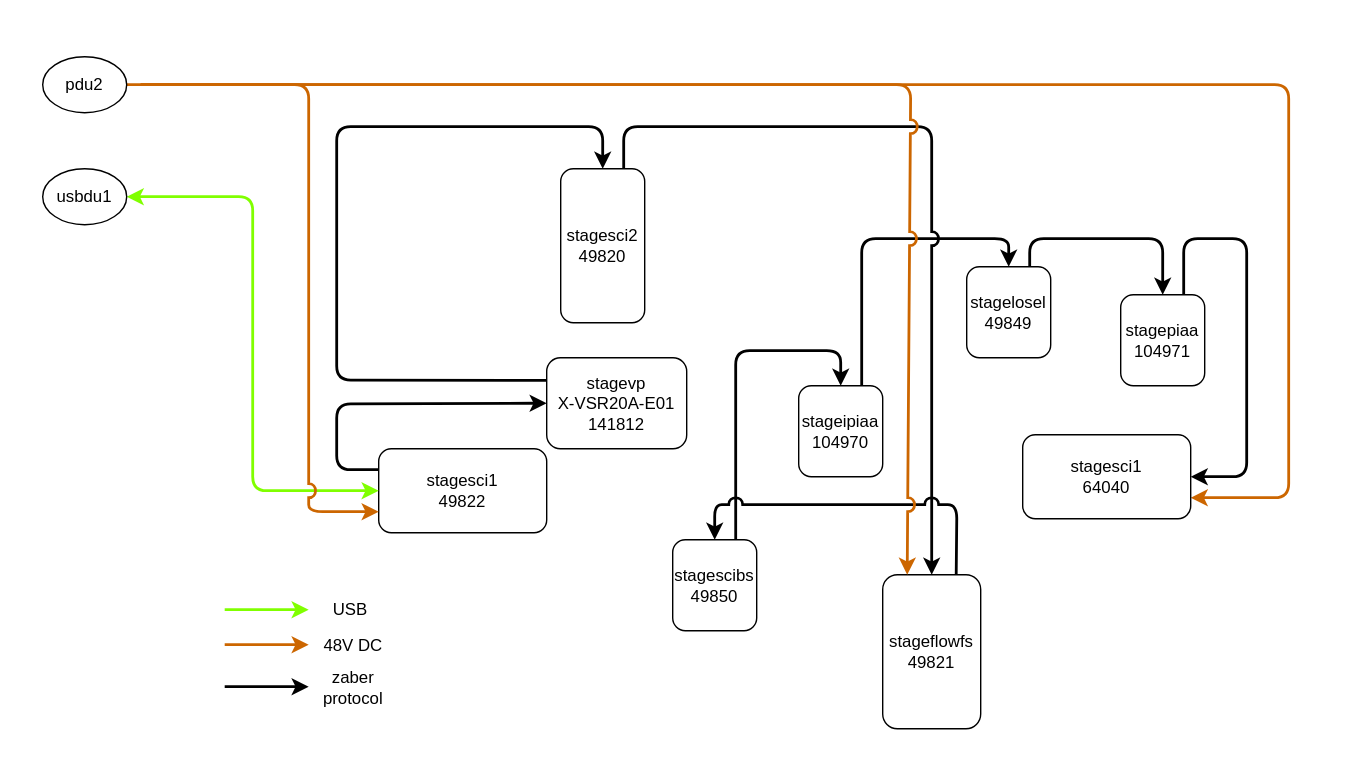
Above: maintenance/electronics/figures/zaber_connections.svg in magao-x/handbook (draw.io), before the change. Source tidied: cells renumbered, new cells last; positions are measured from the earlier drawing's top-left corner, leaving out a move shared by most shapes. Source of this version:
```xml
<mxGraphModel background="light-dark(#FFFFFF,#FFFFFF)">
  <root>
    <mxCell id="0" />
    <mxCell id="1" parent="0" />
    <mxCell id="2" style="rounded=0;whiteSpace=wrap;html=1;strokeColor=none;fillColor=light-dark(#FFFFFF,#FFFFFF);" parent="1" vertex="1">
      <mxGeometry width="970" height="560" as="geometry" />
    </mxCell>
    <mxCell id="3" value="&lt;font style=&quot;color: light-dark(rgb(0, 0, 0), rgb(0, 0, 0));&quot;&gt;stagesci1&lt;/font&gt;&lt;div&gt;&lt;font style=&quot;color: light-dark(rgb(0, 0, 0), rgb(0, 0, 0));&quot;&gt;49822&lt;/font&gt;&lt;/div&gt;" style="rounded=1;whiteSpace=wrap;html=1;strokeColor=light-dark(#000000,#000000);fontColor=light-dark(#000000,#000000);fillColor=light-dark(#FFFFFF,#FFFFFF);" parent="1" vertex="1">
      <mxGeometry x="270" y="320" width="120" height="60" as="geometry" />
    </mxCell>
    <mxCell id="4" style="endArrow=classic;html=1;entryX=0;entryY=0.5;entryDx=0;entryDy=0;exitX=1;exitY=0.5;exitDx=0;exitDy=0;strokeColor=light-dark(#80FF00,#66CC00);strokeWidth=2;startArrow=classic;startFill=1;" parent="1" edge="1" source="18" target="3">
      <mxGeometry relative="1" as="geometry">
        <Array as="points">
          <mxPoint x="180" y="140" />
          <mxPoint x="180" y="350" />
        </Array>
      </mxGeometry>
    </mxCell>
    <mxCell id="5" value="stagesci2&lt;div&gt;&lt;font style=&quot;color: light-dark(rgb(0, 0, 0), rgb(0, 0, 0));&quot;&gt;49820&lt;/font&gt;&lt;/div&gt;" style="rounded=1;whiteSpace=wrap;html=1;strokeColor=light-dark(#000000,#000000);fontColor=light-dark(#000000,#000000);fillColor=light-dark(#FFFFFF,#FFFFFF);" parent="1" vertex="1">
      <mxGeometry x="400" y="120" width="60" height="110" as="geometry" />
    </mxCell>
    <mxCell id="6" style="endArrow=classic;html=1;exitX=0;exitY=0.25;exitDx=0;exitDy=0;entryX=0.5;entryY=0;entryDx=0;entryDy=0;strokeWidth=2;strokeColor=light-dark(#000000,#000000);" parent="1" edge="1" source="30" target="5">
      <mxGeometry relative="1" as="geometry">
        <Array as="points">
          <mxPoint x="240" y="271" />
          <mxPoint x="240" y="90" />
          <mxPoint x="330" y="90" />
          <mxPoint x="430" y="90" />
        </Array>
      </mxGeometry>
    </mxCell>
    <mxCell id="7" value="stageflowfs&lt;div&gt;&lt;font style=&quot;color: light-dark(rgb(0, 0, 0), rgb(0, 0, 0));&quot;&gt;49821&lt;/font&gt;&lt;/div&gt;" style="rounded=1;whiteSpace=wrap;html=1;strokeColor=light-dark(#000000,#000000);fontColor=light-dark(#000000,#000000);fillColor=light-dark(#FFFFFF,#FFFFFF);" parent="1" vertex="1">
      <mxGeometry x="630" y="410" width="70" height="110" as="geometry" />
    </mxCell>
    <mxCell id="8" style="edgeStyle=none;html=1;exitX=0.75;exitY=0;exitDx=0;exitDy=0;entryX=0.5;entryY=0;entryDx=0;entryDy=0;jumpStyle=arc;jumpSize=8;strokeWidth=2;strokeColor=light-dark(#000000,#000000);" parent="1" edge="1" source="9" target="13">
      <mxGeometry relative="1" as="geometry">
        <Array as="points">
          <mxPoint x="615" y="170" />
          <mxPoint x="720" y="170" />
        </Array>
      </mxGeometry>
    </mxCell>
    <mxCell id="9" value="stageipiaa&lt;div&gt;&lt;font style=&quot;color: light-dark(rgb(0, 0, 0), rgb(0, 0, 0));&quot;&gt;104970&lt;/font&gt;&lt;/div&gt;" style="rounded=1;whiteSpace=wrap;html=1;strokeColor=light-dark(#000000,#000000);fontColor=light-dark(#000000,#000000);fillColor=light-dark(#FFFFFF,#FFFFFF);" parent="1" vertex="1">
      <mxGeometry x="570" y="275" width="60" height="65" as="geometry" />
    </mxCell>
    <mxCell id="10" style="edgeStyle=none;html=1;exitX=0.75;exitY=0;exitDx=0;exitDy=0;entryX=0.5;entryY=0;entryDx=0;entryDy=0;strokeWidth=2;strokeColor=light-dark(#000000,#000000);" parent="1" edge="1" source="11" target="9">
      <mxGeometry relative="1" as="geometry">
        <Array as="points">
          <mxPoint x="525" y="250" />
          <mxPoint x="600" y="250" />
        </Array>
      </mxGeometry>
    </mxCell>
    <mxCell id="11" value="stagescibs&lt;div&gt;&lt;font style=&quot;color: light-dark(rgb(0, 0, 0), rgb(0, 0, 0));&quot;&gt;49850&lt;/font&gt;&lt;/div&gt;" style="rounded=1;whiteSpace=wrap;html=1;strokeColor=light-dark(#000000,#000000);fontColor=light-dark(#000000,#000000);fillColor=light-dark(#FFFFFF,#FFFFFF);" parent="1" vertex="1">
      <mxGeometry x="480" y="385" width="60" height="65" as="geometry" />
    </mxCell>
    <mxCell id="12" style="edgeStyle=none;html=1;exitX=0.75;exitY=0;exitDx=0;exitDy=0;entryX=0.5;entryY=0;entryDx=0;entryDy=0;strokeWidth=2;strokeColor=light-dark(#000000,#000000);" parent="1" edge="1" source="13" target="15">
      <mxGeometry relative="1" as="geometry">
        <Array as="points">
          <mxPoint x="735" y="170" />
          <mxPoint x="830" y="170" />
        </Array>
      </mxGeometry>
    </mxCell>
    <mxCell id="13" value="stagelosel&lt;div&gt;&lt;font style=&quot;color: light-dark(rgb(0, 0, 0), rgb(0, 0, 0));&quot;&gt;49849&lt;/font&gt;&lt;/div&gt;" style="rounded=1;whiteSpace=wrap;html=1;strokeColor=light-dark(#000000,#000000);fontColor=light-dark(#000000,#000000);fillColor=light-dark(#FFFFFF,#FFFFFF);" parent="1" vertex="1">
      <mxGeometry x="690" y="190" width="60" height="65" as="geometry" />
    </mxCell>
    <mxCell id="14" style="edgeStyle=none;html=1;exitX=0.75;exitY=0;exitDx=0;exitDy=0;strokeWidth=2;strokeColor=light-dark(#000000,#000000);entryX=1;entryY=0.5;entryDx=0;entryDy=0;" parent="1" edge="1" source="15" target="29">
      <mxGeometry relative="1" as="geometry">
        <Array as="points">
          <mxPoint x="845" y="170" />
          <mxPoint x="890" y="170" />
          <mxPoint x="890" y="340" />
        </Array>
      </mxGeometry>
    </mxCell>
    <mxCell id="15" value="stagepiaa&lt;div&gt;&lt;font style=&quot;color: light-dark(rgb(0, 0, 0), rgb(0, 0, 0));&quot;&gt;104971&lt;/font&gt;&lt;/div&gt;" style="rounded=1;whiteSpace=wrap;html=1;strokeColor=light-dark(#000000,#000000);fontColor=light-dark(#000000,#000000);fillColor=light-dark(#FFFFFF,#FFFFFF);" parent="1" vertex="1">
      <mxGeometry x="800" y="210" width="60" height="65" as="geometry" />
    </mxCell>
    <mxCell id="16" style="endArrow=classic;html=1;exitX=0.75;exitY=0;exitDx=0;exitDy=0;entryX=0.5;entryY=0;entryDx=0;entryDy=0;jumpStyle=arc;jumpSize=8;strokeWidth=2;strokeColor=light-dark(#000000,#000000);" parent="1" edge="1" source="5" target="7">
      <mxGeometry relative="1" as="geometry">
        <Array as="points">
          <mxPoint x="445" y="90" />
          <mxPoint x="665" y="90" />
        </Array>
      </mxGeometry>
    </mxCell>
    <mxCell id="17" style="endArrow=classic;html=1;exitX=0.75;exitY=0;exitDx=0;exitDy=0;entryX=0.5;entryY=0;entryDx=0;entryDy=0;jumpStyle=arc;jumpSize=8;strokeWidth=2;strokeColor=light-dark(#000000,#000000);" parent="1" edge="1" source="7" target="11">
      <mxGeometry relative="1" as="geometry">
        <Array as="points">
          <mxPoint x="683" y="360" />
          <mxPoint x="510" y="360" />
        </Array>
      </mxGeometry>
    </mxCell>
    <mxCell id="18" value="usbdu1" style="ellipse;whiteSpace=wrap;html=1;strokeColor=light-dark(#000000,#000000);fontColor=light-dark(#000000,#000000);fillColor=light-dark(#FFFFFF,#FFFFFF);" parent="1" vertex="1">
      <mxGeometry x="30" y="120" width="60" height="40" as="geometry" />
    </mxCell>
    <mxCell id="19" style="endArrow=classic;html=1;entryX=0;entryY=0.75;entryDx=0;entryDy=0;strokeColor=#CC6600;strokeWidth=2;jumpStyle=arc;jumpSize=8;" parent="1" edge="1" target="3">
      <mxGeometry relative="1" as="geometry">
        <mxPoint x="100" y="60" as="sourcePoint" />
        <Array as="points">
          <mxPoint x="140" y="60" />
          <mxPoint x="220" y="60" />
          <mxPoint x="220" y="365" />
        </Array>
      </mxGeometry>
    </mxCell>
    <mxCell id="20" style="endArrow=classic;html=1;entryX=0.25;entryY=0;entryDx=0;entryDy=0;jumpStyle=arc;jumpSize=8;strokeColor=#CC6600;strokeWidth=2;" parent="1" edge="1" target="7">
      <mxGeometry relative="1" as="geometry">
        <mxPoint x="100" y="60" as="sourcePoint" />
        <Array as="points">
          <mxPoint x="650" y="60" />
        </Array>
      </mxGeometry>
    </mxCell>
    <mxCell id="21" style="endArrow=classic;html=1;exitX=1;exitY=0.5;exitDx=0;exitDy=0;strokeColor=#CC6600;strokeWidth=2;entryX=1;entryY=0.75;entryDx=0;entryDy=0;" parent="1" edge="1" source="22" target="29">
      <mxGeometry relative="1" as="geometry">
        <Array as="points">
          <mxPoint x="920" y="60" />
          <mxPoint x="920" y="355" />
        </Array>
      </mxGeometry>
    </mxCell>
    <mxCell id="22" value="pdu2" style="ellipse;whiteSpace=wrap;html=1;strokeColor=light-dark(#000000,#000000);fontColor=light-dark(#000000,#000000);fillColor=light-dark(#FFFFFF,#FFFFFF);" parent="1" vertex="1">
      <mxGeometry x="30" y="40" width="60" height="40" as="geometry" />
    </mxCell>
    <mxCell id="23" style="endArrow=classic;html=1;strokeColor=light-dark(#80FF00,#66CC00);strokeWidth=2;" parent="1" edge="1">
      <mxGeometry relative="1" as="geometry">
        <mxPoint x="160" y="435" as="sourcePoint" />
        <mxPoint x="220" y="435" as="targetPoint" />
      </mxGeometry>
    </mxCell>
    <mxCell id="24" style="endArrow=classic;html=1;strokeColor=#CC6600;strokeWidth=2;" parent="1" edge="1">
      <mxGeometry relative="1" as="geometry">
        <mxPoint x="160" y="460" as="sourcePoint" />
        <mxPoint x="220" y="460" as="targetPoint" />
      </mxGeometry>
    </mxCell>
    <mxCell id="25" style="endArrow=classic;html=1;strokeColor=light-dark(#000000,#000000);strokeWidth=2;" parent="1" edge="1">
      <mxGeometry relative="1" as="geometry">
        <mxPoint x="160" y="490" as="sourcePoint" />
        <mxPoint x="220" y="490" as="targetPoint" />
      </mxGeometry>
    </mxCell>
    <mxCell id="26" value="USB" style="text;html=1;align=center;verticalAlign=middle;whiteSpace=wrap;rounded=0;fontColor=light-dark(#000000,#000000);" parent="1" vertex="1">
      <mxGeometry x="220" y="420" width="60" height="30" as="geometry" />
    </mxCell>
    <mxCell id="27" value="48V DC" style="text;html=1;align=center;verticalAlign=middle;whiteSpace=wrap;rounded=0;fontColor=light-dark(#000000,#000000);" parent="1" vertex="1">
      <mxGeometry x="222" y="446" width="60" height="30" as="geometry" />
    </mxCell>
    <mxCell id="28" value="zaber protocol" style="text;html=1;align=center;verticalAlign=middle;whiteSpace=wrap;rounded=0;fontColor=light-dark(#000000,#000000);" parent="1" vertex="1">
      <mxGeometry x="222" y="476" width="60" height="30" as="geometry" />
    </mxCell>
    <mxCell id="29" value="&lt;font style=&quot;color: light-dark(rgb(0, 0, 0), rgb(0, 0, 0));&quot;&gt;stagesci1&lt;/font&gt;&lt;div&gt;&lt;font style=&quot;color: light-dark(rgb(0, 0, 0), rgb(0, 0, 0));&quot;&gt;64040&lt;/font&gt;&lt;/div&gt;" style="rounded=1;whiteSpace=wrap;html=1;strokeColor=light-dark(#000000,#000000);fontColor=light-dark(#000000,#000000);fillColor=light-dark(#FFFFFF,#FFFFFF);" parent="1" vertex="1">
      <mxGeometry x="730" y="310" width="120" height="60" as="geometry" />
    </mxCell>
    <mxCell id="30" value="&lt;font style=&quot;color: light-dark(rgb(0, 0, 0), rgb(0, 0, 0));&quot;&gt;stagevp&lt;/font&gt;&lt;div&gt;&lt;font style=&quot;color: light-dark(rgb(0, 0, 0), rgb(0, 0, 0));&quot;&gt;X-VSR20A-E01&lt;/font&gt;&lt;/div&gt;&lt;div&gt;&lt;span style=&quot;background-color: transparent;&quot;&gt;&lt;font style=&quot;color: light-dark(rgb(0, 0, 0), rgb(0, 0, 0));&quot;&gt;141812&lt;/font&gt;&lt;/span&gt;&lt;/div&gt;" style="rounded=1;whiteSpace=wrap;html=1;strokeColor=light-dark(#000000,#000000);fontColor=light-dark(#000000,#000000);fillColor=light-dark(#FFFFFF,#FFFFFF);" parent="1" vertex="1">
      <mxGeometry x="390" y="255" width="100" height="65" as="geometry" />
    </mxCell>
    <mxCell id="31" style="endArrow=classic;html=1;exitX=0;exitY=0.25;exitDx=0;exitDy=0;entryX=0;entryY=0.5;entryDx=0;entryDy=0;strokeWidth=2;strokeColor=light-dark(#000000,#000000);" parent="1" edge="1" source="3" target="30">
      <mxGeometry relative="1" as="geometry">
        <Array as="points">
          <mxPoint x="240" y="335" />
          <mxPoint x="240" y="288" />
        </Array>
      </mxGeometry>
    </mxCell>
  </root>
</mxGraphModel>
```
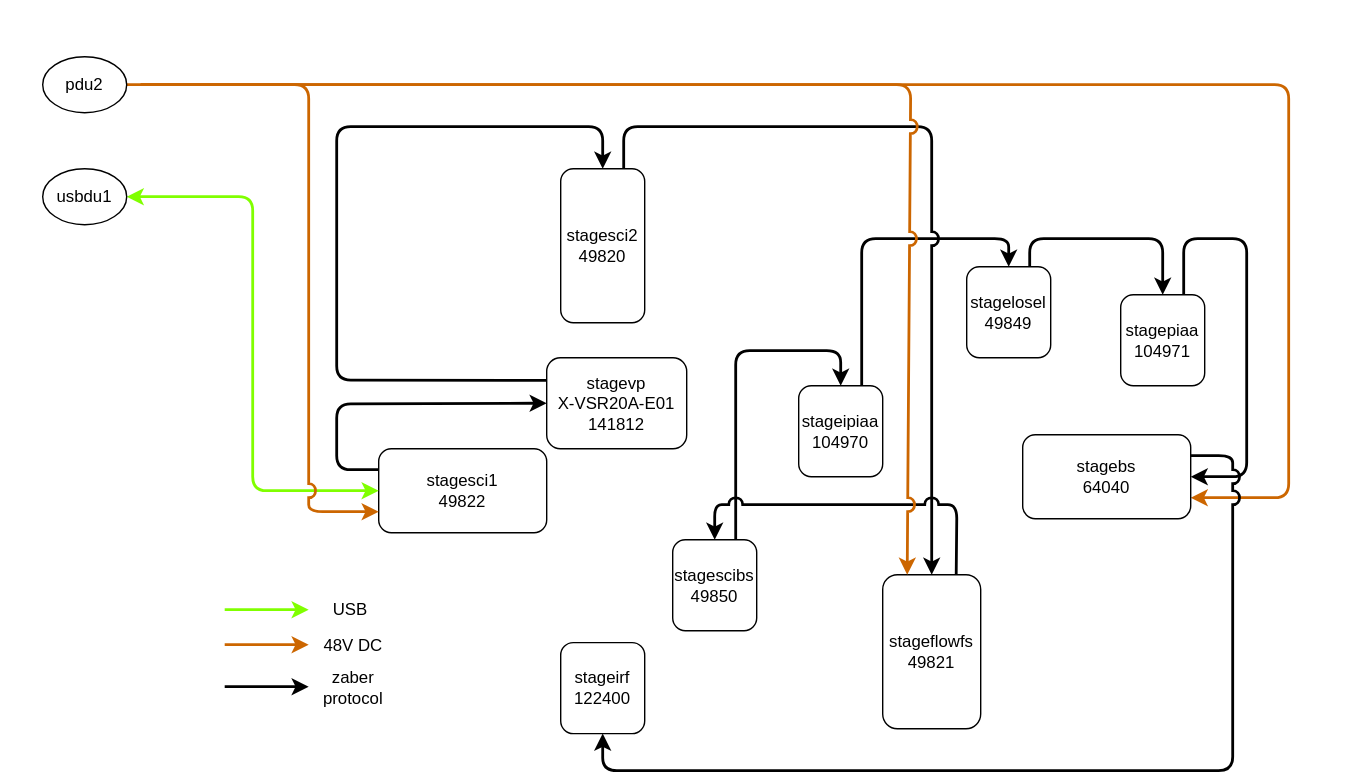
Above is the later version.

Commit message:
updated zaber diag

What changed in the source:
```diff
@@ -152,7 +152,7 @@
     <mxCell id="28" value="zaber protocol" style="text;html=1;align=center;verticalAlign=middle;whiteSpace=wrap;rounded=0;fontColor=light-dark(#000000,#000000);" parent="1" vertex="1">
       <mxGeometry x="222" y="476" width="60" height="30" as="geometry" />
     </mxCell>
-    <mxCell id="29" value="&lt;font style=&quot;color: light-dark(rgb(0, 0, 0), rgb(0, 0, 0));&quot;&gt;stagesci1&lt;/font&gt;&lt;div&gt;&lt;font style=&quot;color: light-dark(rgb(0, 0, 0), rgb(0, 0, 0));&quot;&gt;64040&lt;/font&gt;&lt;/div&gt;" style="rounded=1;whiteSpace=wrap;html=1;strokeColor=light-dark(#000000,#000000);fontColor=light-dark(#000000,#000000);fillColor=light-dark(#FFFFFF,#FFFFFF);" parent="1" vertex="1">
+    <mxCell id="29" value="stagebs&lt;br&gt;&lt;div&gt;&lt;font style=&quot;color: light-dark(rgb(0, 0, 0), rgb(0, 0, 0));&quot;&gt;64040&lt;/font&gt;&lt;/div&gt;" style="rounded=1;whiteSpace=wrap;html=1;strokeColor=light-dark(#000000,#000000);fontColor=light-dark(#000000,#000000);fillColor=light-dark(#FFFFFF,#FFFFFF);" parent="1" vertex="1">
       <mxGeometry x="730" y="310" width="120" height="60" as="geometry" />
     </mxCell>
     <mxCell id="30" value="&lt;font style=&quot;color: light-dark(rgb(0, 0, 0), rgb(0, 0, 0));&quot;&gt;stagevp&lt;/font&gt;&lt;div&gt;&lt;font style=&quot;color: light-dark(rgb(0, 0, 0), rgb(0, 0, 0));&quot;&gt;X-VSR20A-E01&lt;/font&gt;&lt;/div&gt;&lt;div&gt;&lt;span style=&quot;background-color: transparent;&quot;&gt;&lt;font style=&quot;color: light-dark(rgb(0, 0, 0), rgb(0, 0, 0));&quot;&gt;141812&lt;/font&gt;&lt;/span&gt;&lt;/div&gt;" style="rounded=1;whiteSpace=wrap;html=1;strokeColor=light-dark(#000000,#000000);fontColor=light-dark(#000000,#000000);fillColor=light-dark(#FFFFFF,#FFFFFF);" parent="1" vertex="1">
@@ -166,5 +166,17 @@
         </Array>
       </mxGeometry>
     </mxCell>
+    <mxCell id="32" value="&lt;font style=&quot;color: light-dark(rgb(0, 0, 0), rgb(0, 0, 0));&quot;&gt;stageirf&lt;/font&gt;&lt;div&gt;&lt;font style=&quot;color: light-dark(rgb(0, 0, 0), rgb(0, 0, 0));&quot;&gt;122400&lt;/font&gt;&lt;/div&gt;" style="rounded=1;whiteSpace=wrap;html=1;strokeColor=light-dark(#000000,#000000);fontColor=light-dark(#000000,#000000);fillColor=light-dark(#FFFFFF,#FFFFFF);" parent="1" vertex="1">
+      <mxGeometry x="400" y="458.5" width="60" height="65" as="geometry" />
+    </mxCell>
+    <mxCell id="33" style="edgeStyle=none;html=1;exitX=1;exitY=0.25;exitDx=0;exitDy=0;strokeWidth=2;strokeColor=light-dark(#000000,#000000);entryX=0.5;entryY=1;entryDx=0;entryDy=0;jumpStyle=arc;jumpSize=8;" parent="1" edge="1" source="29" target="32">
+      <mxGeometry relative="1" as="geometry">
+        <Array as="points">
+          <mxPoint x="880" y="325" />
+          <mxPoint x="880" y="550" />
+          <mxPoint x="430" y="550" />
+        </Array>
+      </mxGeometry>
+    </mxCell>
   </root>
 </mxGraphModel>
```
